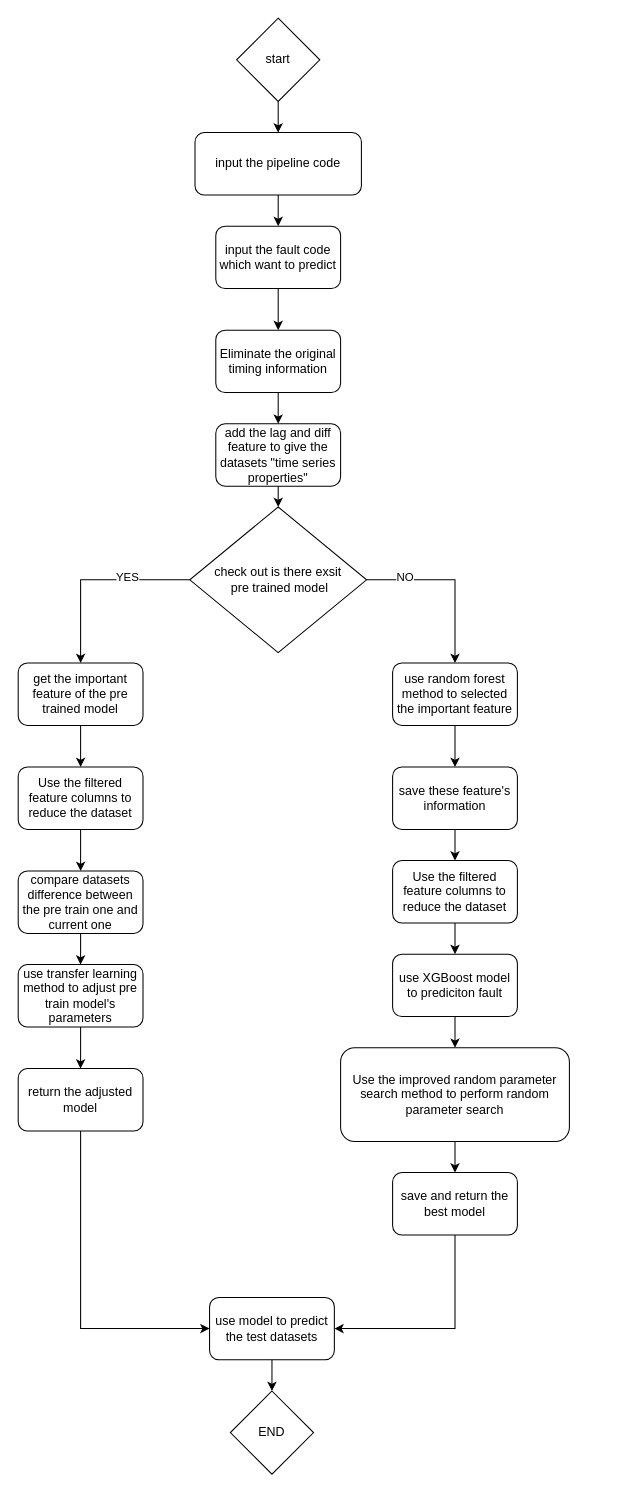
Before: flow_chart.drawio in SheathedSharp/A-Time-Series-Data-Driven-RF-XGBoost-Hybrid-Migration-Learning-Model, a draw.io diagram. Source tidied: cells renumbered, new cells numbered last; positions are measured from the earlier drawing's top-left corner, leaving out a move shared by most shapes. Both pictures are drawn from the tidied source at 104%, with x=0, y=0 at pixel (18, 18).
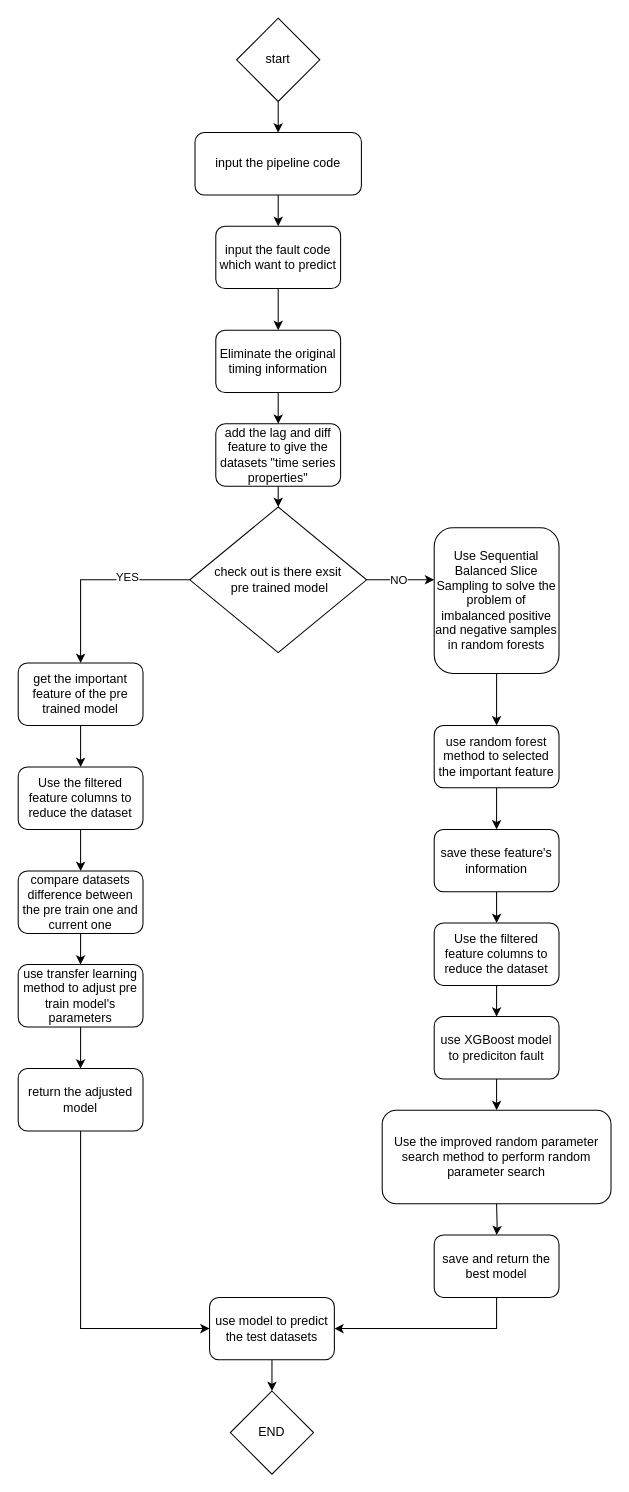
After the change.

Unchanged cells that the change refers to:
```xml
<mxCell id="12" value="check out is there exsit&lt;div&gt;&amp;nbsp;pre trained model&lt;/div&gt;" style="rhombus;whiteSpace=wrap;html=1;" parent="1" vertex="1">
  <mxGeometry x="165" y="470" width="170" height="140" as="geometry" />
</mxCell>
```

Change to the diagram source:
```diff
@@
-    <mxCell id="10" style="edgeStyle=orthogonalEdgeStyle;rounded=0;jettySize=auto;html=1;exitX=1;exitY=0.5;exitDx=0;exitDy=0;entryX=0.5;entryY=0;entryDx=0;entryDy=0;" parent="1" edge="1" source="12" target="16">
-      <mxGeometry relative="1" as="geometry" />
-    </mxCell>
+    <mxCell id="42" style="edgeStyle=orthogonalEdgeStyle;rounded=0;jettySize=auto;html=1;" parent="1" edge="1" source="12" target="44">
+      <mxGeometry relative="1" as="geometry">
+        <Array as="points">
+          <mxPoint x="380" y="540" />
+          <mxPoint x="380" y="540" />
+        </Array>
+      </mxGeometry>
+    </mxCell>
-    <mxCell id="11" value="NO" style="edgeLabel;html=1;align=center;verticalAlign=middle;" parent="10" vertex="1">
-      <mxGeometry x="-0.56" y="3" relative="1" as="geometry" />
+    <mxCell id="11" value="NO" style="edgeLabel;html=1;align=center;verticalAlign=middle;" parent="42" vertex="1">
+      <mxGeometry x="-0.07" y="-3" relative="1" as="geometry">
+        <mxPoint y="-3" as="offset" />
+      </mxGeometry>
     </mxCell>
@@
     <mxCell id="16" value="use random forest method to selected the important feature" style="rounded=1;whiteSpace=wrap;html=1;" parent="1" vertex="1">
-      <mxGeometry x="360" y="620" width="120" height="60" as="geometry" />
+      <mxGeometry x="400" y="680" width="120" height="60" as="geometry" />
     </mxCell>
@@
     <mxCell id="24" value="save these feature's information" style="whiteSpace=wrap;html=1;rounded=1;" parent="1" vertex="1">
-      <mxGeometry x="360" y="720" width="120" height="60" as="geometry" />
+      <mxGeometry x="400" y="780" width="120" height="60" as="geometry" />
     </mxCell>
@@
     <mxCell id="26" value="Use the filtered feature columns to reduce the dataset" style="whiteSpace=wrap;html=1;rounded=1;" parent="1" vertex="1">
-      <mxGeometry x="360" y="810" width="120" height="60" as="geometry" />
+      <mxGeometry x="400" y="870" width="120" height="60" as="geometry" />
     </mxCell>
-    <mxCell id="27" style="edgeStyle=orthogonalEdgeStyle;rounded=0;jettySize=auto;html=1;" parent="1" edge="1" source="28" target="30">
-      <mxGeometry relative="1" as="geometry" />
+    <mxCell id="27" style="edgeStyle=orthogonalEdgeStyle;rounded=0;jettySize=auto;html=1;" parent="1" edge="1" source="28">
+      <mxGeometry relative="1" as="geometry">
+        <mxPoint x="460" y="1050" as="targetPoint" />
+      </mxGeometry>
     </mxCell>
     <mxCell id="28" value="use XGBoost model to prediciton fault" style="whiteSpace=wrap;html=1;rounded=1;" parent="1" vertex="1">
-      <mxGeometry x="360" y="900" width="120" height="60" as="geometry" />
+      <mxGeometry x="400" y="960" width="120" height="60" as="geometry" />
     </mxCell>
-    <mxCell id="29" style="edgeStyle=orthogonalEdgeStyle;rounded=0;jettySize=auto;html=1;" parent="1" edge="1" source="30" target="32">
-      <mxGeometry relative="1" as="geometry" />
+    <mxCell id="29" style="edgeStyle=orthogonalEdgeStyle;rounded=0;jettySize=auto;html=1;" parent="1" edge="1" target="32">
+      <mxGeometry relative="1" as="geometry">
+        <mxPoint x="460" y="1140" as="sourcePoint" />
+      </mxGeometry>
     </mxCell>
     <mxCell id="30" value="Use the improved random parameter search method to perform random parameter search" style="whiteSpace=wrap;html=1;rounded=1;" parent="1" vertex="1">
-      <mxGeometry x="310" y="990" width="220" height="90" as="geometry" />
+      <mxGeometry x="350" y="1050" width="220" height="90" as="geometry" />
     </mxCell>
@@
     <mxCell id="32" value="save and return the best model" style="whiteSpace=wrap;html=1;rounded=1;" parent="1" vertex="1">
-      <mxGeometry x="360" y="1110" width="120" height="60" as="geometry" />
+      <mxGeometry x="400" y="1170" width="120" height="60" as="geometry" />
     </mxCell>
@@
+    <mxCell id="43" style="edgeStyle=orthogonalEdgeStyle;rounded=0;jettySize=auto;html=1;" parent="1" edge="1" source="44" target="16">
+      <mxGeometry relative="1" as="geometry" />
+    </mxCell>
+    <mxCell id="44" value="Use Sequential Balanced Slice Sampling to solve the problem of imbalanced positive and negative samples in random forests" style="rounded=1;whiteSpace=wrap;html=1;" parent="1" vertex="1">
+      <mxGeometry x="400" y="490" width="120" height="140" as="geometry" />
+    </mxCell>
```
